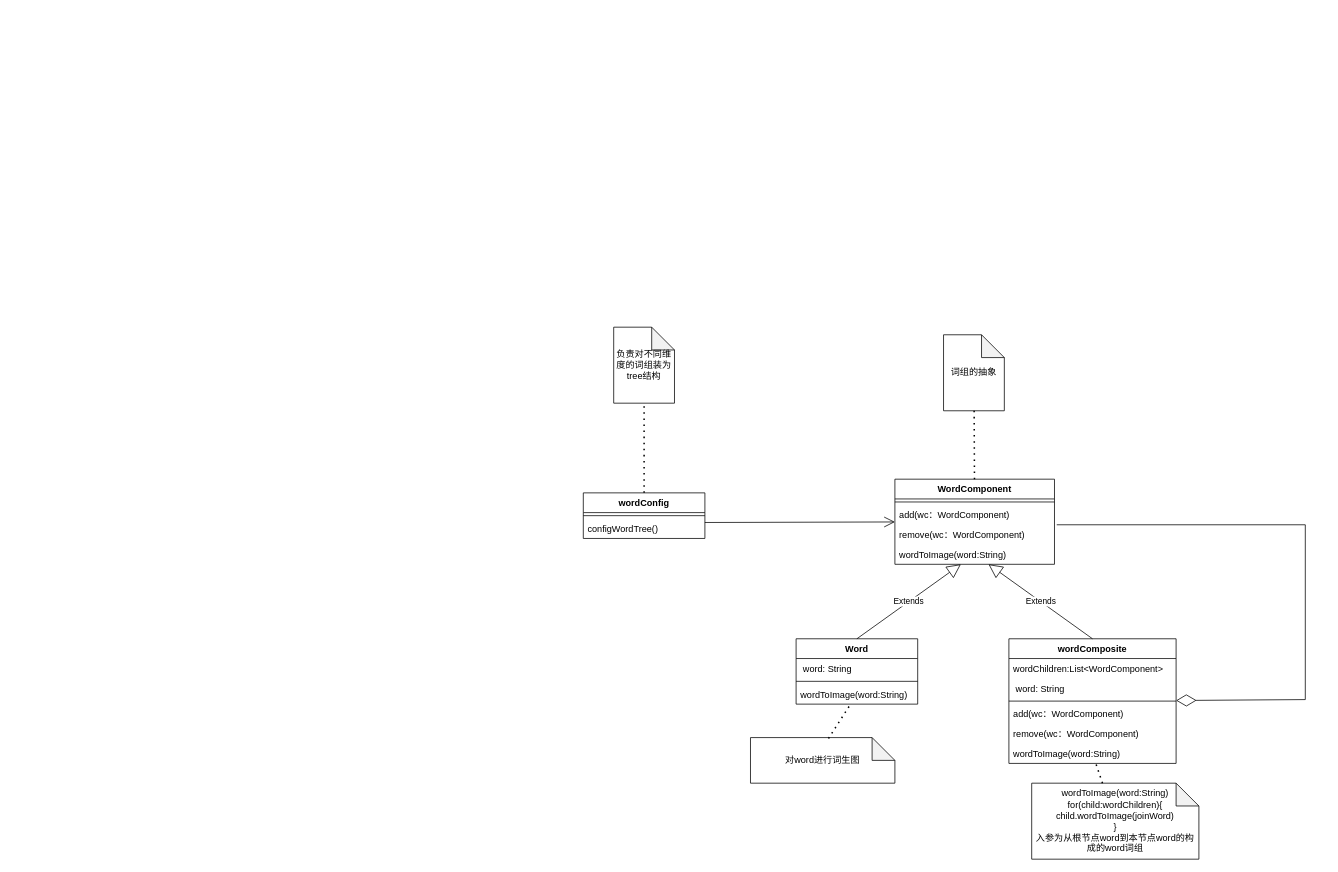
Before: AIGC词生图工具优化.drawio in milletzhu/datasource, a draw.io diagram. Source tidied: cells renumbered, new cells numbered last; positions are measured from the earlier drawing's top-left corner, leaving out a move shared by most shapes. Both pictures are drawn from the tidied source at 76%, with x=0, y=0 at pixel (583, 327).
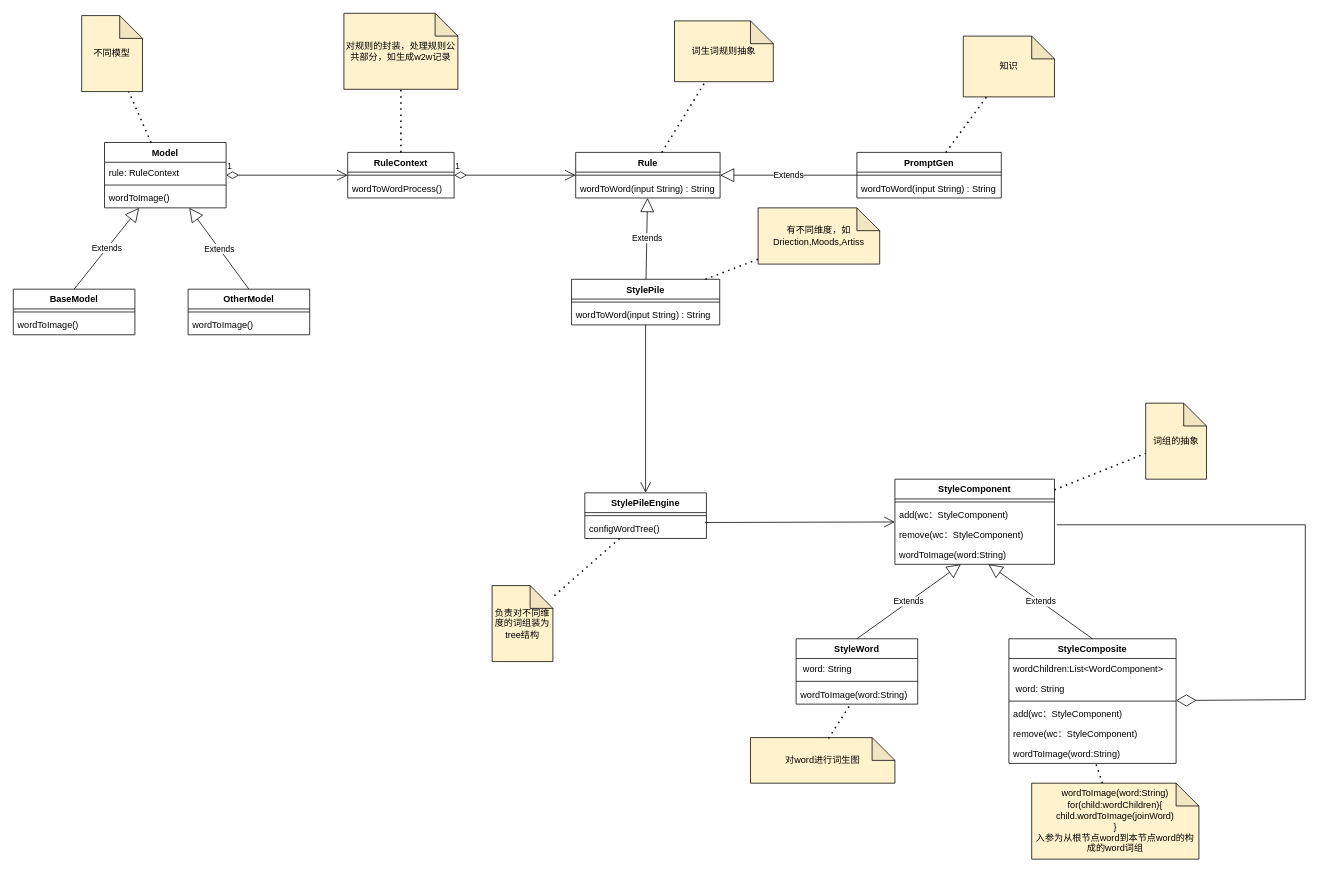
The same diagram, later.

Commit message:
更新AIGC词生图工具优化.drawio

The edit, as a diff of the source:
```diff
@@
-    <mxCell id="2" value="WordComponent" style="swimlane;fontStyle=1;align=center;verticalAlign=top;horizontal=1;startSize=26;" parent="1" vertex="1">
+    <mxCell id="2" value="StyleComponent" style="swimlane;fontStyle=1;align=center;verticalAlign=top;horizontal=1;startSize=26;" parent="1" vertex="1">
       <mxGeometry x="410" y="200" width="210" height="112" as="geometry" />
     </mxCell>
@@
-    <mxCell id="4" value="add(wc：WordComponent)" style="text;strokeColor=none;fillColor=none;align=left;verticalAlign=top;spacingLeft=4;spacingRight=4;overflow=hidden;" parent="2" vertex="1">
+    <mxCell id="4" value="add(wc：StyleComponent)" style="text;strokeColor=none;fillColor=none;align=left;verticalAlign=top;spacingLeft=4;spacingRight=4;overflow=hidden;" parent="2" vertex="1">
       <mxGeometry y="34" width="210" height="26" as="geometry" />
     </mxCell>
-    <mxCell id="5" value="remove(wc：WordComponent)" style="text;strokeColor=none;fillColor=none;align=left;verticalAlign=top;spacingLeft=4;spacingRight=4;overflow=hidden;points=[[0,0.5],[1,0.5]];portConstraint=eastwest;" parent="2" vertex="1">
+    <mxCell id="5" value="remove(wc：StyleComponent)" style="text;strokeColor=none;fillColor=none;align=left;verticalAlign=top;spacingLeft=4;spacingRight=4;overflow=hidden;points=[[0,0.5],[1,0.5]];portConstraint=eastwest;" parent="2" vertex="1">
       <mxGeometry y="60" width="210" height="26" as="geometry" />
     </mxCell>
@@
-    <mxCell id="7" value="词组的抽象" style="shape=note;whiteSpace=wrap;html=1;backgroundOutline=1;darkOpacity=0.05;" parent="1" vertex="1">
-      <mxGeometry x="474" y="10" width="80" height="100" as="geometry" />
+    <mxCell id="7" value="词组的抽象" style="shape=note;whiteSpace=wrap;html=1;backgroundOutline=1;darkOpacity=0.05;fillColor=#FFF2CC;" parent="1" vertex="1">
+      <mxGeometry x="740" y="100" width="80" height="100" as="geometry" />
     </mxCell>
@@
-    <mxCell id="9" value="Word" style="swimlane;fontStyle=1;align=center;verticalAlign=top;horizontal=1;startSize=26;" parent="1" vertex="1">
+    <mxCell id="9" value="StyleWord" style="swimlane;fontStyle=1;align=center;verticalAlign=top;horizontal=1;startSize=26;" parent="1" vertex="1">
       <mxGeometry x="280" y="410" width="160" height="86" as="geometry" />
     </mxCell>
@@
-    <mxCell id="14" value="wordComposite" style="swimlane;fontStyle=1;align=center;verticalAlign=top;horizontal=1;startSize=26;" parent="1" vertex="1">
+    <mxCell id="14" value="StyleComposite" style="swimlane;fontStyle=1;align=center;verticalAlign=top;horizontal=1;startSize=26;" parent="1" vertex="1">
       <mxGeometry x="560" y="410" width="220" height="164" as="geometry" />
     </mxCell>
@@
-    <mxCell id="18" value="add(wc：WordComponent)" style="text;strokeColor=none;fillColor=none;align=left;verticalAlign=top;spacingLeft=4;spacingRight=4;overflow=hidden;" parent="14" vertex="1">
+    <mxCell id="18" value="add(wc：StyleComponent)" style="text;strokeColor=none;fillColor=none;align=left;verticalAlign=top;spacingLeft=4;spacingRight=4;overflow=hidden;" parent="14" vertex="1">
       <mxGeometry y="86" width="220" height="26" as="geometry" />
     </mxCell>
-    <mxCell id="19" value="remove(wc：WordComponent)" style="text;strokeColor=none;fillColor=none;align=left;verticalAlign=top;spacingLeft=4;spacingRight=4;overflow=hidden;" parent="14" vertex="1">
+    <mxCell id="19" value="remove(wc：StyleComponent)" style="text;strokeColor=none;fillColor=none;align=left;verticalAlign=top;spacingLeft=4;spacingRight=4;overflow=hidden;" parent="14" vertex="1">
       <mxGeometry y="112" width="220" height="26" as="geometry" />
     </mxCell>
@@
-    <mxCell id="22" value="wordToImage(word:String)&lt;br&gt;for(child:wordChildren){&lt;br&gt;child.wordToImage(joinWord)&lt;br&gt;}&lt;br&gt;入参为从根节点word到本节点word的构成的word词组" style="shape=note;whiteSpace=wrap;html=1;backgroundOutline=1;darkOpacity=0.05;" parent="1" vertex="1">
+    <mxCell id="22" value="wordToImage(word:String)&lt;br&gt;for(child:wordChildren){&lt;br&gt;child.wordToImage(joinWord)&lt;br&gt;}&lt;br&gt;入参为从根节点word到本节点word的构成的word词组" style="shape=note;whiteSpace=wrap;html=1;backgroundOutline=1;darkOpacity=0.05;fillColor=#FFF2CC;" parent="1" vertex="1">
       <mxGeometry x="590" y="600" width="220" height="100" as="geometry" />
     </mxCell>
@@
-    <mxCell id="24" value="对word进行词生图" style="shape=note;whiteSpace=wrap;html=1;backgroundOutline=1;darkOpacity=0.05;" parent="1" vertex="1">
+    <mxCell id="24" value="对word进行词生图" style="shape=note;whiteSpace=wrap;html=1;backgroundOutline=1;darkOpacity=0.05;fillColor=#FFF2CC;" parent="1" vertex="1">
       <mxGeometry x="220" y="540" width="190" height="60" as="geometry" />
     </mxCell>
@@
-    <mxCell id="27" value="wordConfig" style="swimlane;fontStyle=1;align=center;verticalAlign=top;horizontal=1;startSize=26;" parent="1" vertex="1">
-      <mxGeometry y="218" width="160" height="60" as="geometry" />
+    <mxCell id="27" value="StylePileEngine" style="swimlane;fontStyle=1;align=center;verticalAlign=top;horizontal=1;startSize=26;" parent="1" vertex="1">
+      <mxGeometry x="2" y="218" width="160" height="60" as="geometry" />
     </mxCell>
@@
-    <mxCell id="31" value="负责对不同维度的词组装为tree结构" style="shape=note;whiteSpace=wrap;html=1;backgroundOutline=1;darkOpacity=0.05;" parent="1" vertex="1">
-      <mxGeometry x="40" width="80" height="100" as="geometry" />
+    <mxCell id="31" value="负责对不同维度的词组装为tree结构" style="shape=note;whiteSpace=wrap;html=1;backgroundOutline=1;darkOpacity=0.05;fillColor=#FFF2CC;" parent="1" vertex="1">
+      <mxGeometry x="-120" y="340" width="80" height="100" as="geometry" />
     </mxCell>
@@
+    <mxCell id="33" value="Model" style="swimlane;fontStyle=1;align=center;verticalAlign=top;horizontal=1;startSize=26;" parent="1" vertex="1">
+      <mxGeometry x="-630" y="-243" width="160" height="86" as="geometry" />
+    </mxCell>
+    <mxCell id="34" value="rule: RuleContext" style="text;strokeColor=none;fillColor=none;align=left;verticalAlign=top;spacingLeft=4;spacingRight=4;overflow=hidden;" parent="33" vertex="1">
+      <mxGeometry y="26" width="160" height="26" as="geometry" />
+    </mxCell>
+    <mxCell id="35" style="line;strokeWidth=1;fillColor=none;align=left;verticalAlign=middle;spacingTop=-1;spacingLeft=3;spacingRight=3;labelPosition=right;strokeColor=inherit;" parent="33" vertex="1">
+      <mxGeometry y="52" width="160" height="8" as="geometry" />
+    </mxCell>
+    <mxCell id="36" value="wordToImage()" style="text;strokeColor=none;fillColor=none;align=left;verticalAlign=top;spacingLeft=4;spacingRight=4;overflow=hidden;" parent="33" vertex="1">
+      <mxGeometry y="60" width="160" height="26" as="geometry" />
+    </mxCell>
+    <mxCell id="37" value="BaseModel" style="swimlane;fontStyle=1;align=center;verticalAlign=top;horizontal=1;startSize=26;" parent="1" vertex="1">
+      <mxGeometry x="-750" y="-50" width="160" height="60" as="geometry" />
+    </mxCell>
+    <mxCell id="38" style="line;strokeWidth=1;fillColor=none;align=left;verticalAlign=middle;spacingTop=-1;spacingLeft=3;spacingRight=3;labelPosition=right;strokeColor=inherit;" parent="37" vertex="1">
+      <mxGeometry y="26" width="160" height="8" as="geometry" />
+    </mxCell>
+    <mxCell id="39" value="wordToImage()" style="text;strokeColor=none;fillColor=none;align=left;verticalAlign=top;spacingLeft=4;spacingRight=4;overflow=hidden;" parent="37" vertex="1">
+      <mxGeometry y="34" width="160" height="26" as="geometry" />
+    </mxCell>
+    <mxCell id="40" value="Extends" style="endArrow=block;endSize=16;endFill=0;html=1;rounded=0;exitX=0.5;exitY=0;exitDx=0;exitDy=0;" parent="1" edge="1" source="37" target="33">
+      <mxGeometry relative="1" as="geometry" />
+    </mxCell>
+    <mxCell id="41" value="OtherModel" style="swimlane;fontStyle=1;align=center;verticalAlign=top;horizontal=1;startSize=26;" parent="1" vertex="1">
+      <mxGeometry x="-520" y="-50" width="160" height="60" as="geometry" />
+    </mxCell>
+    <mxCell id="42" style="line;strokeWidth=1;fillColor=none;align=left;verticalAlign=middle;spacingTop=-1;spacingLeft=3;spacingRight=3;labelPosition=right;strokeColor=inherit;" parent="41" vertex="1">
+      <mxGeometry y="26" width="160" height="8" as="geometry" />
+    </mxCell>
+    <mxCell id="43" value="wordToImage()" style="text;strokeColor=none;fillColor=none;align=left;verticalAlign=top;spacingLeft=4;spacingRight=4;overflow=hidden;" parent="41" vertex="1">
+      <mxGeometry y="34" width="160" height="26" as="geometry" />
+    </mxCell>
+    <mxCell id="44" value="Extends" style="endArrow=block;endSize=16;endFill=0;html=1;rounded=0;exitX=0.5;exitY=0;exitDx=0;exitDy=0;" parent="1" edge="1" source="41" target="33">
+      <mxGeometry relative="1" as="geometry" />
+    </mxCell>
+    <mxCell id="45" value="Rule" style="swimlane;fontStyle=1;align=center;verticalAlign=top;horizontal=1;startSize=26;" parent="1" vertex="1">
+      <mxGeometry x="-10" y="-230" width="190" height="60" as="geometry" />
+    </mxCell>
+    <mxCell id="46" style="line;strokeWidth=1;fillColor=none;align=left;verticalAlign=middle;spacingTop=-1;spacingLeft=3;spacingRight=3;labelPosition=right;strokeColor=inherit;" parent="45" vertex="1">
+      <mxGeometry y="26" width="190" height="8" as="geometry" />
+    </mxCell>
+    <mxCell id="47" value="wordToWord(input String) : String" style="text;strokeColor=none;fillColor=none;align=left;verticalAlign=top;spacingLeft=4;spacingRight=4;overflow=hidden;" parent="45" vertex="1">
+      <mxGeometry y="34" width="190" height="26" as="geometry" />
+    </mxCell>
+    <mxCell id="48" value="1" style="endArrow=open;html=1;endSize=12;startArrow=diamondThin;startSize=14;startFill=0;edgeStyle=orthogonalEdgeStyle;align=left;verticalAlign=bottom;rounded=0;" parent="1" edge="1" source="66" target="45">
+      <mxGeometry x="-1" y="3" relative="1" as="geometry" />
+    </mxCell>
+    <mxCell id="49" value="StylePile" style="swimlane;fontStyle=1;align=center;verticalAlign=top;horizontal=1;startSize=26;" parent="1" vertex="1">
+      <mxGeometry x="-15.5" y="-63" width="195" height="60" as="geometry" />
+    </mxCell>
+    <mxCell id="50" style="line;strokeWidth=1;fillColor=none;align=left;verticalAlign=middle;spacingTop=-1;spacingLeft=3;spacingRight=3;labelPosition=right;strokeColor=inherit;" parent="49" vertex="1">
+      <mxGeometry y="26" width="195" height="8" as="geometry" />
+    </mxCell>
+    <mxCell id="51" value="wordToWord(input String) : String" style="text;strokeColor=none;fillColor=none;align=left;verticalAlign=top;spacingLeft=4;spacingRight=4;overflow=hidden;" parent="49" vertex="1">
+      <mxGeometry y="34" width="195" height="26" as="geometry" />
+    </mxCell>
+    <mxCell id="52" value="PromptGen" style="swimlane;fontStyle=1;align=center;verticalAlign=top;horizontal=1;startSize=26;" parent="1" vertex="1">
+      <mxGeometry x="360" y="-230" width="190" height="60" as="geometry" />
+    </mxCell>
+    <mxCell id="53" style="line;strokeWidth=1;fillColor=none;align=left;verticalAlign=middle;spacingTop=-1;spacingLeft=3;spacingRight=3;labelPosition=right;strokeColor=inherit;" parent="52" vertex="1">
+      <mxGeometry y="26" width="190" height="8" as="geometry" />
+    </mxCell>
+    <mxCell id="54" value="wordToWord(input String) : String" style="text;strokeColor=none;fillColor=none;align=left;verticalAlign=top;spacingLeft=4;spacingRight=4;overflow=hidden;" parent="52" vertex="1">
+      <mxGeometry y="34" width="190" height="26" as="geometry" />
+    </mxCell>
+    <mxCell id="55" value="Extends" style="endArrow=block;endSize=16;endFill=0;html=1;rounded=0;" parent="1" edge="1" source="49" target="45">
+      <mxGeometry relative="1" as="geometry" />
+    </mxCell>
+    <mxCell id="56" value="Extends" style="endArrow=block;endSize=16;endFill=0;html=1;rounded=0;" parent="1" edge="1" source="52" target="45">
+      <mxGeometry relative="1" as="geometry" />
+    </mxCell>
+    <mxCell id="57" value="词生词规则抽象" style="shape=note;whiteSpace=wrap;html=1;backgroundOutline=1;darkOpacity=0.05;fillColor=#FFF2CC;" parent="1" vertex="1">
+      <mxGeometry x="120" y="-403" width="130" height="80" as="geometry" />
+    </mxCell>
+    <mxCell id="58" style="endArrow=none;dashed=1;html=1;dashPattern=1 3;strokeWidth=2;rounded=0;" parent="1" edge="1" source="45" target="57">
+      <mxGeometry relative="1" as="geometry" />
+    </mxCell>
+    <mxCell id="59" value="知识" style="shape=note;whiteSpace=wrap;html=1;backgroundOutline=1;darkOpacity=0.05;fillColor=#FFF2CC;" parent="1" vertex="1">
+      <mxGeometry x="500" y="-383" width="120" height="80" as="geometry" />
+    </mxCell>
+    <mxCell id="60" style="endArrow=none;dashed=1;html=1;dashPattern=1 3;strokeWidth=2;rounded=0;" parent="1" edge="1" source="52" target="59">
+      <mxGeometry relative="1" as="geometry" />
+    </mxCell>
+    <mxCell id="61" value="有不同维度，如Driection,Moods,Artiss" style="shape=note;whiteSpace=wrap;html=1;backgroundOutline=1;darkOpacity=0.05;fillColor=#FFF2CC;" parent="1" vertex="1">
+      <mxGeometry x="230" y="-157" width="160" height="74" as="geometry" />
+    </mxCell>
+    <mxCell id="62" style="endArrow=none;dashed=1;html=1;dashPattern=1 3;strokeWidth=2;rounded=0;" parent="1" edge="1" source="49" target="61">
+      <mxGeometry relative="1" as="geometry" />
+    </mxCell>
+    <mxCell id="63" style="endArrow=open;endFill=1;endSize=12;html=1;rounded=0;" parent="1" edge="1" source="49" target="27">
+      <mxGeometry relative="1" as="geometry" />
+    </mxCell>
+    <mxCell id="64" value="不同模型" style="shape=note;whiteSpace=wrap;html=1;backgroundOutline=1;darkOpacity=0.05;fillColor=#FFF2CC;" parent="1" vertex="1">
+      <mxGeometry x="-660" y="-410" width="80" height="100" as="geometry" />
+    </mxCell>
+    <mxCell id="65" style="endArrow=none;dashed=1;html=1;dashPattern=1 3;strokeWidth=2;rounded=0;" parent="1" edge="1" source="33" target="64">
+      <mxGeometry relative="1" as="geometry" />
+    </mxCell>
+    <mxCell id="66" value="RuleContext" style="swimlane;fontStyle=1;align=center;verticalAlign=top;horizontal=1;startSize=26;fillColor=#FFFFFF;" parent="1" vertex="1">
+      <mxGeometry x="-310" y="-230" width="140" height="60" as="geometry" />
+    </mxCell>
+    <mxCell id="67" style="line;strokeWidth=1;fillColor=none;align=left;verticalAlign=middle;spacingTop=-1;spacingLeft=3;spacingRight=3;labelPosition=right;strokeColor=inherit;" parent="66" vertex="1">
+      <mxGeometry y="26" width="140" height="8" as="geometry" />
+    </mxCell>
+    <mxCell id="68" value="wordToWordProcess()" style="text;strokeColor=none;fillColor=none;align=left;verticalAlign=top;spacingLeft=4;spacingRight=4;overflow=hidden;" parent="66" vertex="1">
+      <mxGeometry y="34" width="140" height="26" as="geometry" />
+    </mxCell>
+    <mxCell id="69" value="1" style="endArrow=open;html=1;endSize=12;startArrow=diamondThin;startSize=14;startFill=0;edgeStyle=orthogonalEdgeStyle;align=left;verticalAlign=bottom;rounded=0;" parent="1" edge="1" source="33" target="66">
+      <mxGeometry x="-1" y="3" relative="1" as="geometry" />
+    </mxCell>
+    <mxCell id="70" value="对规则的封装，处理规则公共部分，如生成w2w记录" style="shape=note;whiteSpace=wrap;html=1;backgroundOutline=1;darkOpacity=0.05;fillColor=#FFF2CC;" parent="1" vertex="1">
+      <mxGeometry x="-315" y="-413" width="150" height="100" as="geometry" />
+    </mxCell>
+    <mxCell id="71" style="endArrow=none;dashed=1;html=1;dashPattern=1 3;strokeWidth=2;rounded=0;" parent="1" edge="1" source="66" target="70">
+      <mxGeometry relative="1" as="geometry" />
+    </mxCell>
```
